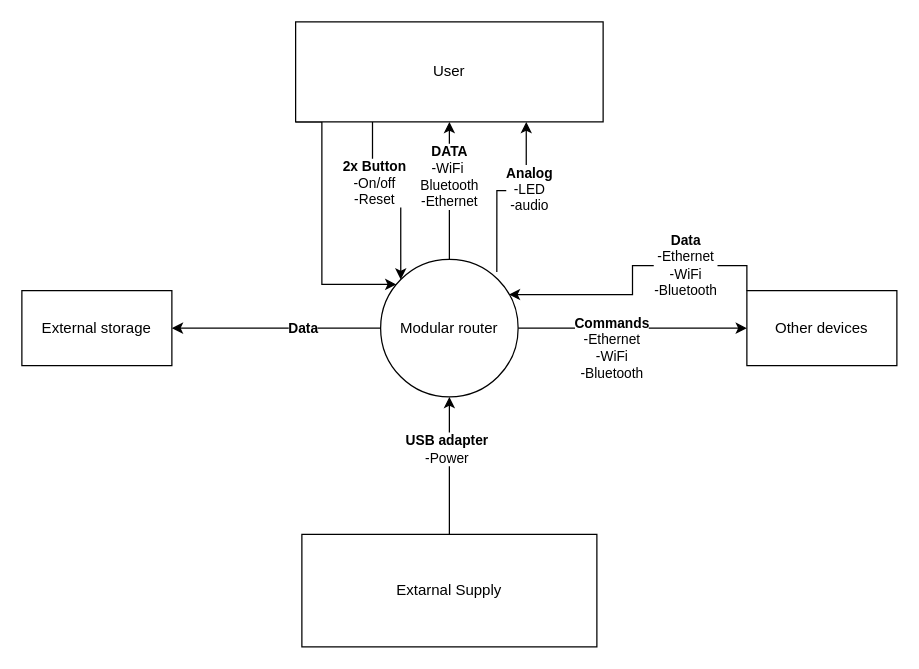
Before: page "DCD" (1 of 2) of DCD.drawio in Pietertv/Crownstone_graduation_internship_Pieter_ten_Velde, a draw.io diagram. Source tidied: cells renumbered, new cells numbered last; positions are measured from the earlier drawing's top-left corner, leaving out a move shared by most shapes. Both pictures are drawn from the tidied source at 125%, with x=0, y=0 at pixel (21, 21).
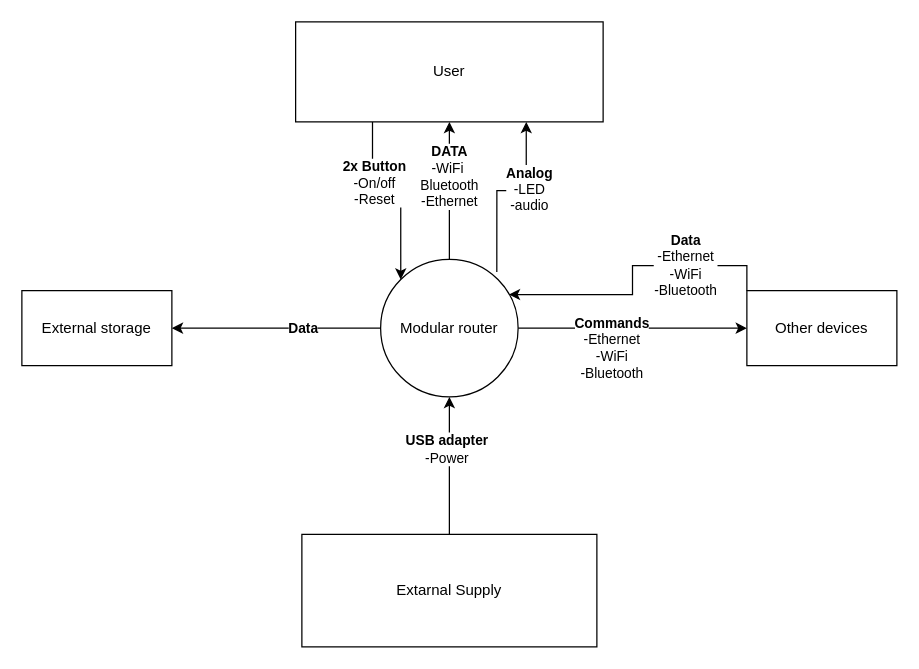
The same page after the edit.

Unchanged cells that the change refers to:
```xml
<mxCell id="8" value="Modular router" style="ellipse;whiteSpace=wrap;html=1;" parent="1" vertex="1">
  <mxGeometry x="287" y="190" width="110" height="110" as="geometry" />
</mxCell>
<mxCell id="14" value="User" style="rounded=0;whiteSpace=wrap;html=1;" parent="1" vertex="1">
  <mxGeometry x="219" width="246" height="80" as="geometry" />
</mxCell>
```

Diff of the diagram source:
```diff
@@
-    <mxCell id="13" style="edgeStyle=orthogonalEdgeStyle;rounded=0;jettySize=auto;html=1;exitX=0;exitY=1;exitDx=0;exitDy=0;" parent="1" edge="1" source="14" target="8">
-      <mxGeometry relative="1" as="geometry">
-        <Array as="points">
-          <mxPoint x="240" y="80" />
-          <mxPoint x="240" y="210" />
-        </Array>
-      </mxGeometry>
-    </mxCell>
```
